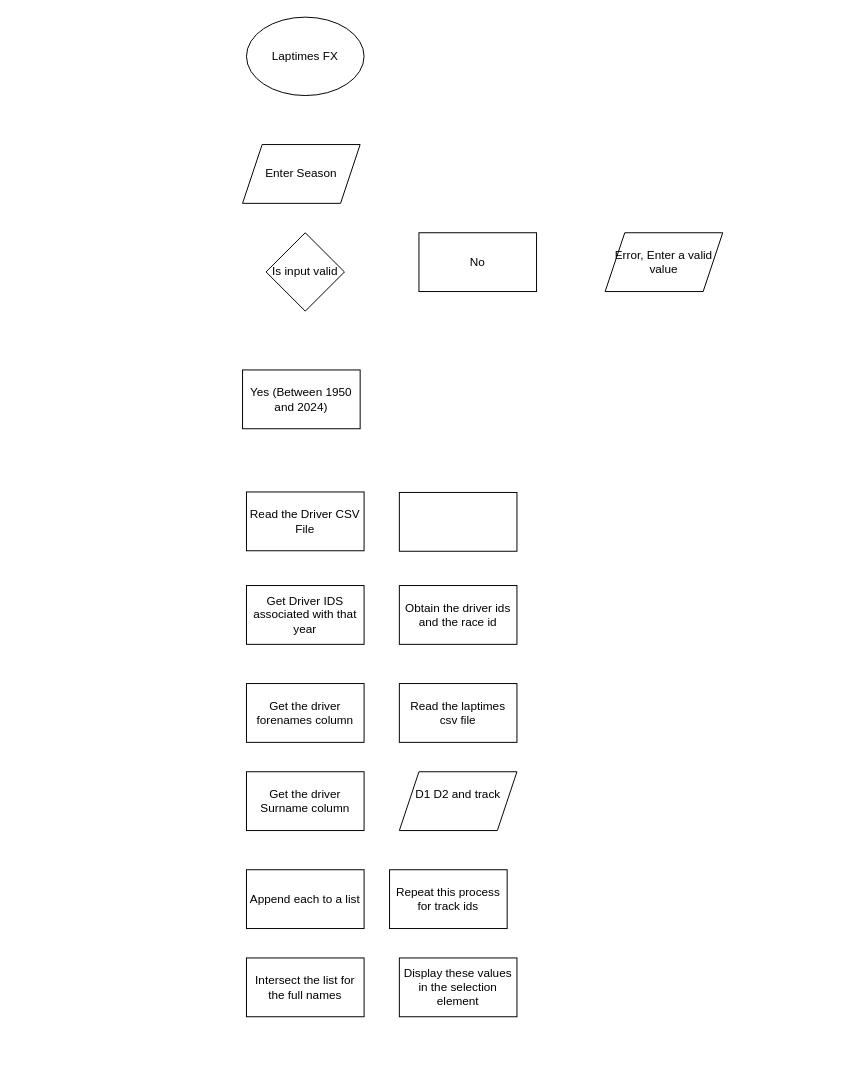
Earlier version of the draw.io diagram Untitled Diagram.drawio (Danwii2006/CS25). Source tidied: cells renumbered, new cells numbered last; positions are measured from the earlier drawing's top-left corner, leaving out a move shared by most shapes. Both pictures are drawn from the tidied source at 98%, with x=0, y=0 at pixel (242, 17).
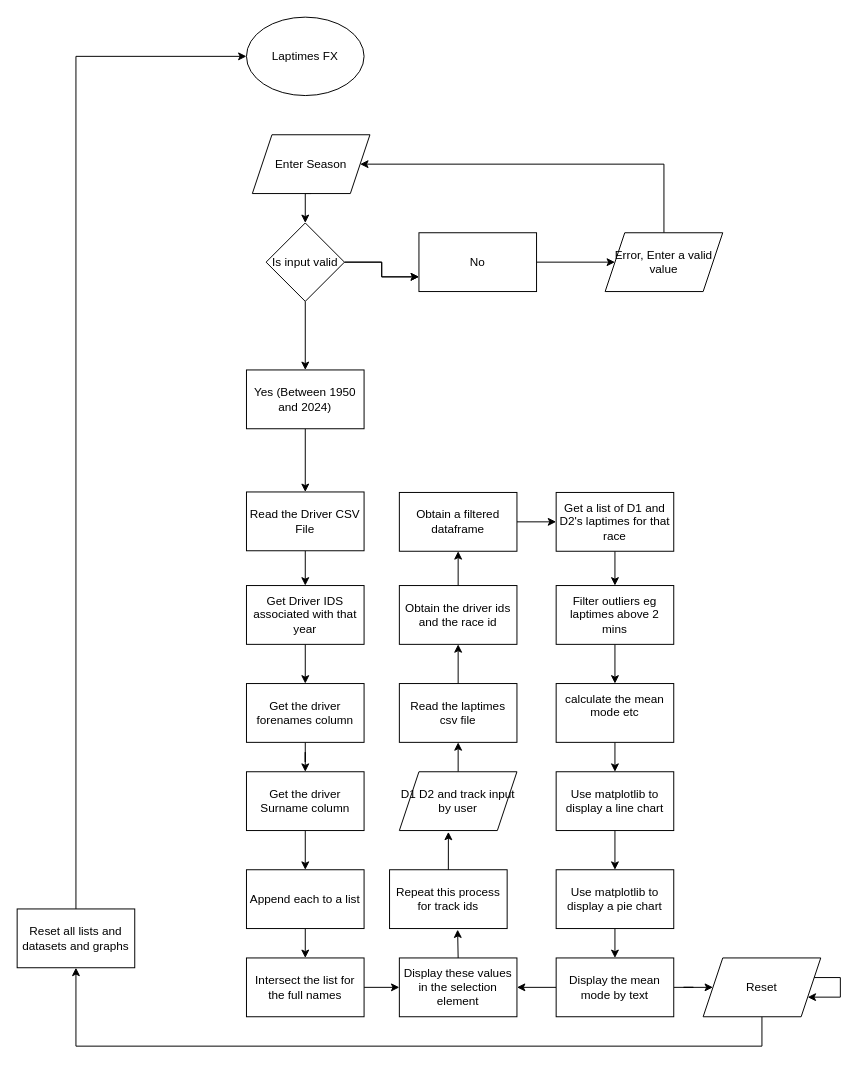
After the change.

Unchanged cells that the change refers to:
```xml
<mxCell id="2" value="Laptimes FX" style="ellipse;whiteSpace=wrap;html=1;" parent="1" vertex="1">
  <mxGeometry x="4" width="120" height="80" as="geometry" />
</mxCell>
<mxCell id="6" value="No" style="rounded=0;whiteSpace=wrap;html=1;" parent="1" vertex="1">
  <mxGeometry x="180" y="220" width="120" height="60" as="geometry" />
</mxCell>
<mxCell id="7" value="Error, Enter a valid value" style="shape=parallelogram;perimeter=parallelogramPerimeter;whiteSpace=wrap;html=1;fixedSize=1;" parent="1" vertex="1">
  <mxGeometry x="370" y="220" width="120" height="60" as="geometry" />
</mxCell>
<mxCell id="8" value="Read the Driver CSV File" style="rounded=0;whiteSpace=wrap;html=1;" parent="1" vertex="1">
  <mxGeometry x="4" y="484.5" width="120" height="60" as="geometry" />
</mxCell>
<mxCell id="9" value="Get Driver IDS associated with that year" style="rounded=0;whiteSpace=wrap;html=1;" parent="1" vertex="1">
  <mxGeometry x="4" y="580" width="120" height="60" as="geometry" />
</mxCell>
<mxCell id="10" value="Get the driver forenames column" style="rounded=0;whiteSpace=wrap;html=1;" parent="1" vertex="1">
  <mxGeometry x="4" y="680" width="120" height="60" as="geometry" />
</mxCell>
<mxCell id="11" value="Get the driver Surname column" style="rounded=0;whiteSpace=wrap;html=1;" parent="1" vertex="1">
  <mxGeometry x="4" y="770" width="120" height="60" as="geometry" />
</mxCell>
<mxCell id="12" value="Append each to a list" style="rounded=0;whiteSpace=wrap;html=1;" parent="1" vertex="1">
  <mxGeometry x="4" y="870" width="120" height="60" as="geometry" />
</mxCell>
<mxCell id="13" value="Intersect the list for the full names" style="rounded=0;whiteSpace=wrap;html=1;" parent="1" vertex="1">
  <mxGeometry x="4" y="960" width="120" height="60" as="geometry" />
</mxCell>
<mxCell id="14" value="Display these values in the selection element" style="rounded=0;whiteSpace=wrap;html=1;" parent="1" vertex="1">
  <mxGeometry x="160" y="960" width="120" height="60" as="geometry" />
</mxCell>
<mxCell id="16" value="Repeat this process for track ids" style="rounded=0;whiteSpace=wrap;html=1;" parent="1" vertex="1">
  <mxGeometry x="150" y="870" width="120" height="60" as="geometry" />
</mxCell>
<mxCell id="17" value="Obtain the driver ids and the race id" style="rounded=0;whiteSpace=wrap;html=1;" parent="1" vertex="1">
  <mxGeometry x="160" y="580" width="120" height="60" as="geometry" />
</mxCell>
<mxCell id="19" value="Read the laptimes csv file" style="rounded=0;whiteSpace=wrap;html=1;" parent="1" vertex="1">
  <mxGeometry x="160" y="680" width="120" height="60" as="geometry" />
</mxCell>
```

Diff of the diagram source:
```diff
@@
+    <mxCell id="20" style="edgeStyle=orthogonalEdgeStyle;rounded=0;jettySize=auto;html=1;exitX=0.5;exitY=1;exitDx=0;exitDy=0;entryX=0.5;entryY=0;entryDx=0;entryDy=0;" parent="1" edge="1" source="3" target="4">
+      <mxGeometry relative="1" as="geometry" />
+    </mxCell>
     <mxCell id="3" value="Enter Season" style="shape=parallelogram;perimeter=parallelogramPerimeter;whiteSpace=wrap;html=1;fixedSize=1;" parent="1" vertex="1">
-      <mxGeometry y="130" width="120" height="60" as="geometry" />
+      <mxGeometry x="10" y="120" width="120" height="60" as="geometry" />
     </mxCell>
+    <mxCell id="21" style="edgeStyle=orthogonalEdgeStyle;rounded=0;jettySize=auto;html=1;exitX=0.5;exitY=1;exitDx=0;exitDy=0;entryX=0.5;entryY=0;entryDx=0;entryDy=0;" parent="1" edge="1" source="4" target="5">
+      <mxGeometry relative="1" as="geometry" />
+    </mxCell>
+    <mxCell id="22" style="edgeStyle=orthogonalEdgeStyle;rounded=0;jettySize=auto;html=1;exitX=1;exitY=0.5;exitDx=0;exitDy=0;entryX=0;entryY=0.75;entryDx=0;entryDy=0;" parent="1" edge="1" source="4" target="6">
+      <mxGeometry relative="1" as="geometry" />
+    </mxCell>
+    <mxCell id="23" style="edgeStyle=orthogonalEdgeStyle;rounded=0;jettySize=auto;html=1;exitX=1;exitY=0.5;exitDx=0;exitDy=0;entryX=0;entryY=0.75;entryDx=0;entryDy=0;" parent="1" edge="1" source="4" target="6">
+      <mxGeometry relative="1" as="geometry" />
+    </mxCell>
     <mxCell id="4" value="Is input valid" style="rhombus;whiteSpace=wrap;html=1;" parent="1" vertex="1">
-      <mxGeometry x="24" y="220" width="80" height="80" as="geometry" />
+      <mxGeometry x="24" y="210" width="80" height="80" as="geometry" />
     </mxCell>
+    <mxCell id="24" style="edgeStyle=orthogonalEdgeStyle;rounded=0;jettySize=auto;html=1;exitX=0.5;exitY=1;exitDx=0;exitDy=0;" parent="1" edge="1" source="5" target="8">
+      <mxGeometry relative="1" as="geometry" />
+    </mxCell>
     <mxCell id="5" value="Yes (Between 1950 and 2024)" style="rounded=0;whiteSpace=wrap;html=1;" parent="1" vertex="1">
-      <mxGeometry y="360" width="120" height="60" as="geometry" />
+      <mxGeometry x="4" y="360" width="120" height="60" as="geometry" />
     </mxCell>
+    <mxCell id="25" style="edgeStyle=orthogonalEdgeStyle;rounded=0;jettySize=auto;html=1;exitX=1;exitY=0.5;exitDx=0;exitDy=0;entryX=0;entryY=0.5;entryDx=0;entryDy=0;" parent="1" edge="1" source="6" target="7">
+      <mxGeometry relative="1" as="geometry" />
+    </mxCell>
@@
+    <mxCell id="26" style="edgeStyle=orthogonalEdgeStyle;rounded=0;jettySize=auto;html=1;entryX=1;entryY=0.5;entryDx=0;entryDy=0;" parent="1" edge="1" source="7" target="3">
+      <mxGeometry relative="1" as="geometry">
+        <Array as="points">
+          <mxPoint x="430" y="150" />
+        </Array>
+      </mxGeometry>
+    </mxCell>
@@
+    <mxCell id="27" style="edgeStyle=orthogonalEdgeStyle;rounded=0;jettySize=auto;html=1;exitX=0.5;exitY=1;exitDx=0;exitDy=0;entryX=0.5;entryY=0;entryDx=0;entryDy=0;" parent="1" edge="1" source="8" target="9">
+      <mxGeometry relative="1" as="geometry" />
+    </mxCell>
@@
+    <mxCell id="28" style="edgeStyle=orthogonalEdgeStyle;rounded=0;jettySize=auto;html=1;exitX=0.5;exitY=1;exitDx=0;exitDy=0;entryX=0.5;entryY=0;entryDx=0;entryDy=0;" parent="1" edge="1" source="9" target="10">
+      <mxGeometry relative="1" as="geometry" />
+    </mxCell>
@@
+    <mxCell id="29" style="edgeStyle=orthogonalEdgeStyle;rounded=0;jettySize=auto;html=1;exitX=0.5;exitY=1;exitDx=0;exitDy=0;" parent="1" edge="1" source="10" target="11">
+      <mxGeometry relative="1" as="geometry" />
+    </mxCell>
@@
+    <mxCell id="30" style="edgeStyle=orthogonalEdgeStyle;rounded=0;jettySize=auto;html=1;exitX=0.5;exitY=1;exitDx=0;exitDy=0;" parent="1" edge="1" source="11" target="12">
+      <mxGeometry relative="1" as="geometry" />
+    </mxCell>
@@
+    <mxCell id="31" style="edgeStyle=orthogonalEdgeStyle;rounded=0;jettySize=auto;html=1;exitX=0.5;exitY=1;exitDx=0;exitDy=0;entryX=0.5;entryY=0;entryDx=0;entryDy=0;" parent="1" edge="1" source="12" target="13">
+      <mxGeometry relative="1" as="geometry" />
+    </mxCell>
@@
+    <mxCell id="32" style="edgeStyle=orthogonalEdgeStyle;rounded=0;jettySize=auto;html=1;exitX=1;exitY=0.5;exitDx=0;exitDy=0;entryX=0;entryY=0.5;entryDx=0;entryDy=0;" parent="1" edge="1" source="13" target="14">
+      <mxGeometry relative="1" as="geometry" />
+    </mxCell>
@@
+    <mxCell id="33" style="edgeStyle=orthogonalEdgeStyle;rounded=0;jettySize=auto;html=1;exitX=0.5;exitY=0;exitDx=0;exitDy=0;entryX=0.5;entryY=1;entryDx=0;entryDy=0;" parent="1" edge="1" source="15" target="19">
+      <mxGeometry relative="1" as="geometry" />
+    </mxCell>
-    <mxCell id="15" value="&lt;div&gt;D1 D2 and track&lt;/div&gt;&lt;div&gt;&lt;br&gt;&lt;/div&gt;" style="shape=parallelogram;perimeter=parallelogramPerimeter;whiteSpace=wrap;html=1;fixedSize=1;" parent="1" vertex="1">
+    <mxCell id="15" value="D1 D2 and track input by user" style="shape=parallelogram;perimeter=parallelogramPerimeter;whiteSpace=wrap;html=1;fixedSize=1;" parent="1" vertex="1">
       <mxGeometry x="160" y="770" width="120" height="60" as="geometry" />
     </mxCell>
@@
+    <mxCell id="34" style="edgeStyle=orthogonalEdgeStyle;rounded=0;jettySize=auto;html=1;exitX=0.5;exitY=0;exitDx=0;exitDy=0;entryX=0.5;entryY=1;entryDx=0;entryDy=0;" parent="1" edge="1" source="17" target="18">
+      <mxGeometry relative="1" as="geometry" />
+    </mxCell>
@@
+    <mxCell id="35" style="edgeStyle=orthogonalEdgeStyle;rounded=0;jettySize=auto;html=1;exitX=1;exitY=0.5;exitDx=0;exitDy=0;entryX=0;entryY=0.5;entryDx=0;entryDy=0;" parent="1" edge="1" source="18" target="38">
+      <mxGeometry relative="1" as="geometry" />
+    </mxCell>
-    <mxCell id="18" style="rounded=0;whiteSpace=wrap;html=1;" parent="1" vertex="1">
+    <mxCell id="18" value="Obtain a filtered dataframe" style="rounded=0;whiteSpace=wrap;html=1;" parent="1" vertex="1">
       <mxGeometry x="160" y="485" width="120" height="60" as="geometry" />
     </mxCell>
+    <mxCell id="36" style="edgeStyle=orthogonalEdgeStyle;rounded=0;jettySize=auto;html=1;exitX=0.5;exitY=0;exitDx=0;exitDy=0;entryX=0.5;entryY=1;entryDx=0;entryDy=0;" parent="1" edge="1" source="19" target="17">
+      <mxGeometry relative="1" as="geometry" />
+    </mxCell>
@@
+    <mxCell id="37" style="edgeStyle=orthogonalEdgeStyle;rounded=0;jettySize=auto;html=1;exitX=0.5;exitY=1;exitDx=0;exitDy=0;entryX=0.5;entryY=0;entryDx=0;entryDy=0;" parent="1" edge="1" source="38" target="40">
+      <mxGeometry relative="1" as="geometry" />
+    </mxCell>
+    <mxCell id="38" value="Get a list of D1 and D2's laptimes for that race" style="rounded=0;whiteSpace=wrap;html=1;" parent="1" vertex="1">
+      <mxGeometry x="320" y="485" width="120" height="60" as="geometry" />
+    </mxCell>
+    <mxCell id="39" style="edgeStyle=orthogonalEdgeStyle;rounded=0;jettySize=auto;html=1;exitX=0.5;exitY=1;exitDx=0;exitDy=0;entryX=0.5;entryY=0;entryDx=0;entryDy=0;" parent="1" edge="1" source="40" target="42">
+      <mxGeometry relative="1" as="geometry" />
+    </mxCell>
+    <mxCell id="40" value="Filter outliers eg laptimes above 2 mins" style="rounded=0;whiteSpace=wrap;html=1;" parent="1" vertex="1">
+      <mxGeometry x="320" y="580" width="120" height="60" as="geometry" />
+    </mxCell>
+    <mxCell id="41" style="edgeStyle=orthogonalEdgeStyle;rounded=0;jettySize=auto;html=1;exitX=0.5;exitY=1;exitDx=0;exitDy=0;entryX=0.5;entryY=0;entryDx=0;entryDy=0;" parent="1" edge="1" source="42" target="44">
+      <mxGeometry relative="1" as="geometry" />
+    </mxCell>
+    <mxCell id="42" value="&lt;div&gt;calculate the mean mode etc&lt;/div&gt;&lt;div&gt;&lt;br&gt;&lt;/div&gt;" style="rounded=0;whiteSpace=wrap;html=1;" parent="1" vertex="1">
+      <mxGeometry x="320" y="680" width="120" height="60" as="geometry" />
+    </mxCell>
+    <mxCell id="43" style="edgeStyle=orthogonalEdgeStyle;rounded=0;jettySize=auto;html=1;exitX=0.5;exitY=1;exitDx=0;exitDy=0;entryX=0.5;entryY=0;entryDx=0;entryDy=0;" parent="1" edge="1" source="44" target="46">
+      <mxGeometry relative="1" as="geometry" />
+    </mxCell>
+    <mxCell id="44" value="Use matplotlib to display a line chart" style="rounded=0;whiteSpace=wrap;html=1;" parent="1" vertex="1">
+      <mxGeometry x="320" y="770" width="120" height="60" as="geometry" />
+    </mxCell>
+    <mxCell id="45" style="edgeStyle=orthogonalEdgeStyle;rounded=0;jettySize=auto;html=1;exitX=0.5;exitY=1;exitDx=0;exitDy=0;entryX=0.5;entryY=0;entryDx=0;entryDy=0;" parent="1" edge="1" source="46" target="49">
+      <mxGeometry relative="1" as="geometry" />
+    </mxCell>
+    <mxCell id="46" value="Use matplotlib to display a pie chart" style="rounded=0;whiteSpace=wrap;html=1;" parent="1" vertex="1">
+      <mxGeometry x="320" y="870" width="120" height="60" as="geometry" />
+    </mxCell>
+    <mxCell id="47" style="edgeStyle=orthogonalEdgeStyle;rounded=0;jettySize=auto;html=1;exitX=1;exitY=0.5;exitDx=0;exitDy=0;" parent="1" edge="1" source="49" target="53">
+      <mxGeometry relative="1" as="geometry" />
+    </mxCell>
+    <mxCell id="48" style="edgeStyle=orthogonalEdgeStyle;rounded=0;jettySize=auto;html=1;" parent="1" edge="1" source="49" target="14">
+      <mxGeometry relative="1" as="geometry" />
+    </mxCell>
+    <mxCell id="49" value="Display the mean mode by text" style="rounded=0;whiteSpace=wrap;html=1;" parent="1" vertex="1">
+      <mxGeometry x="320" y="960" width="120" height="60" as="geometry" />
+    </mxCell>
+    <mxCell id="50" style="edgeStyle=orthogonalEdgeStyle;rounded=0;jettySize=auto;html=1;exitX=0.5;exitY=0;exitDx=0;exitDy=0;entryX=0.579;entryY=1.018;entryDx=0;entryDy=0;entryPerimeter=0;" parent="1" edge="1" source="14" target="16">
+      <mxGeometry relative="1" as="geometry" />
+    </mxCell>
+    <mxCell id="51" style="edgeStyle=orthogonalEdgeStyle;rounded=0;jettySize=auto;html=1;exitX=0.5;exitY=0;exitDx=0;exitDy=0;entryX=0.417;entryY=1.022;entryDx=0;entryDy=0;entryPerimeter=0;" parent="1" edge="1" source="16" target="15">
+      <mxGeometry relative="1" as="geometry" />
+    </mxCell>
+    <mxCell id="52" style="edgeStyle=orthogonalEdgeStyle;rounded=0;jettySize=auto;html=1;entryX=0.5;entryY=1;entryDx=0;entryDy=0;" parent="1" edge="1" source="53" target="56">
+      <mxGeometry relative="1" as="geometry">
+        <Array as="points">
+          <mxPoint x="530" y="1050" />
+          <mxPoint x="-170" y="1050" />
+        </Array>
+      </mxGeometry>
+    </mxCell>
+    <mxCell id="53" value="Reset " style="shape=parallelogram;perimeter=parallelogramPerimeter;whiteSpace=wrap;html=1;fixedSize=1;" parent="1" vertex="1">
+      <mxGeometry x="470" y="960" width="120" height="60" as="geometry" />
+    </mxCell>
+    <mxCell id="54" style="edgeStyle=orthogonalEdgeStyle;rounded=0;orthogonalLoop=1;jettySize=auto;html=1;" parent="1" edge="1" source="53" target="53">
+      <mxGeometry relative="1" as="geometry" />
+    </mxCell>
+    <mxCell id="55" style="edgeStyle=orthogonalEdgeStyle;rounded=0;jettySize=auto;html=1;exitX=0.5;exitY=0;exitDx=0;exitDy=0;entryX=0;entryY=0.5;entryDx=0;entryDy=0;" parent="1" edge="1" source="56" target="2">
+      <mxGeometry relative="1" as="geometry" />
+    </mxCell>
+    <mxCell id="56" value="Reset all lists and datasets and graphs" style="rounded=0;whiteSpace=wrap;html=1;" parent="1" vertex="1">
+      <mxGeometry x="-230" y="910" width="120" height="60" as="geometry" />
+    </mxCell>
```
